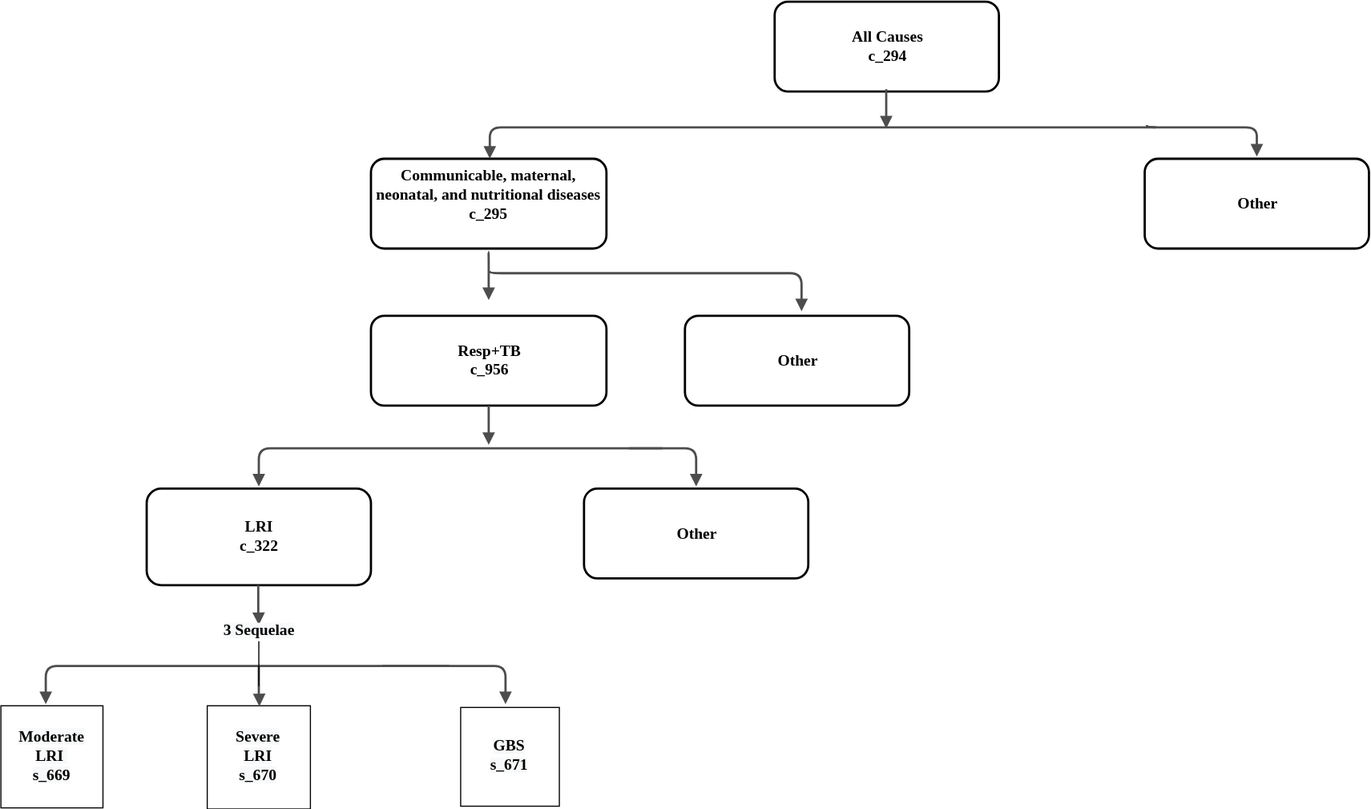
The draw.io diagram docs/source/models/gbd2017/causes/lri_hierarchy.svg in ihmeuw/vivarium_research, before a commit. Source tidied: cells renumbered, new cells last; positions are measured from the earlier drawing's top-left corner, leaving out a move shared by most shapes.
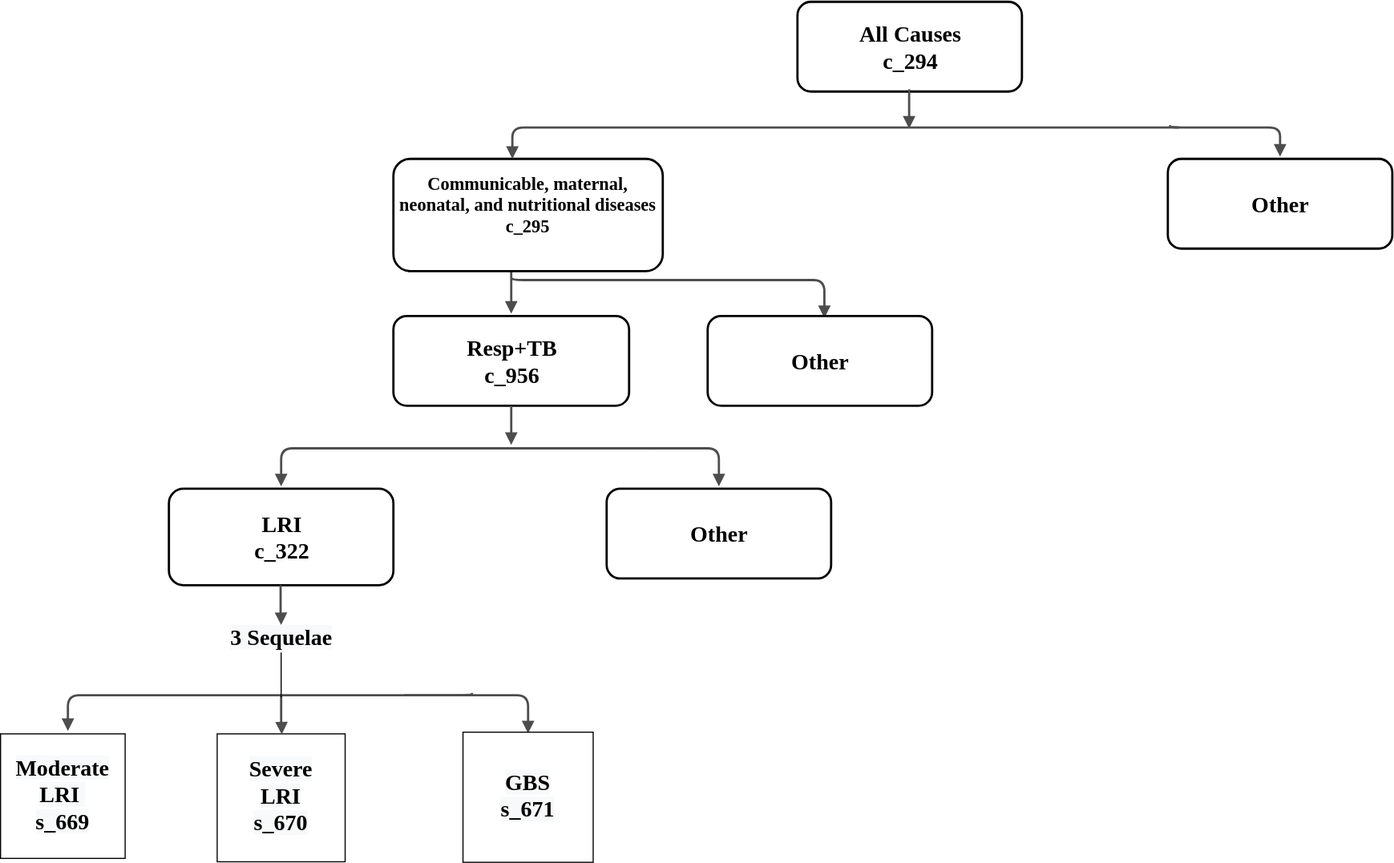
After the change.

Commit message:
hierarchy diasgram updated

Change to the diagram source:
```diff
@@ -4,26 +4,26 @@
     <mxCell id="1" parent="0" />
     <mxCell id="2" style="edgeStyle=elbowEdgeStyle;rounded=1;html=1;labelBackgroundColor=none;endArrow=block;endFill=1;strokeColor=#4D4D4D;strokeWidth=2;fontFamily=Verdana;fontSize=12;fontStyle=1;exitX=0.5;exitY=1;exitDx=0;exitDy=0;" parent="1" edge="1">
       <mxGeometry relative="1" as="geometry">
-        <mxPoint x="434.4" y="223.1" as="sourcePoint" />
-        <mxPoint x="435" y="266" as="targetPoint" />
+        <mxPoint x="434.4" y="235.1" as="sourcePoint" />
+        <mxPoint x="435" y="278" as="targetPoint" />
         <Array as="points">
-          <mxPoint x="435" y="249" />
+          <mxPoint x="435" y="261" />
         </Array>
       </mxGeometry>
     </mxCell>
-    <mxCell id="3" value="&lt;font style=&quot;font-size: 14px&quot;&gt;Communicable, maternal, neonatal, and nutritional diseases&lt;br&gt;c_295&lt;/font&gt;" style="whiteSpace=wrap;html=1;rounded=1;shadow=0;comic=0;strokeWidth=2;fontFamily=Verdana;align=center;fontSize=12;fontStyle=1;" parent="1" vertex="1">
-      <mxGeometry x="330" y="140" width="210" height="80" as="geometry" />
+    <mxCell id="3" value="&lt;font style=&quot;font-size: 16px&quot;&gt;Communicable, maternal, neonatal, and nutritional diseases&lt;br&gt;c_295&lt;/font&gt;" style="whiteSpace=wrap;html=1;rounded=1;shadow=0;comic=0;strokeWidth=2;fontFamily=Verdana;align=center;fontSize=12;fontStyle=1;" parent="1" vertex="1">
+      <mxGeometry x="330" y="140" width="240" height="100" as="geometry" />
     </mxCell>
-    <mxCell id="4" value="&lt;font style=&quot;font-size: 14px&quot;&gt;Resp+TB&lt;br&gt;c_956&lt;/font&gt;" style="whiteSpace=wrap;html=1;rounded=1;shadow=0;comic=0;strokeWidth=2;fontFamily=Verdana;align=center;fontSize=12;fontStyle=1;" parent="1" vertex="1">
+    <mxCell id="4" value="&lt;font style=&quot;font-size: 20px&quot;&gt;Resp+TB&lt;br&gt;c_956&lt;/font&gt;" style="whiteSpace=wrap;html=1;rounded=1;shadow=0;comic=0;strokeWidth=2;fontFamily=Verdana;align=center;fontSize=12;fontStyle=1;" parent="1" vertex="1">
       <mxGeometry x="330" y="280" width="210" height="80" as="geometry" />
     </mxCell>
-    <mxCell id="5" value="&lt;font style=&quot;font-size: 14px&quot;&gt;All Causes&lt;br&gt;c_294&lt;/font&gt;" style="whiteSpace=wrap;html=1;rounded=1;shadow=0;comic=0;strokeWidth=2;fontFamily=Verdana;align=center;fontSize=12;fontStyle=1;" parent="1" vertex="1">
+    <mxCell id="5" value="&lt;font style=&quot;font-size: 20px&quot;&gt;All Causes&lt;br&gt;c_294&lt;/font&gt;" style="whiteSpace=wrap;html=1;rounded=1;shadow=0;comic=0;strokeWidth=2;fontFamily=Verdana;align=center;fontSize=12;fontStyle=1;" parent="1" vertex="1">
       <mxGeometry x="690" width="200" height="80" as="geometry" />
     </mxCell>
-    <mxCell id="6" value="&lt;font style=&quot;font-size: 14px&quot;&gt;Other&lt;/font&gt;" style="whiteSpace=wrap;html=1;rounded=1;shadow=0;comic=0;strokeWidth=2;fontFamily=Verdana;align=center;fontSize=12;fontStyle=1;" parent="1" vertex="1">
+    <mxCell id="6" value="&lt;font style=&quot;font-size: 20px&quot;&gt;Other&lt;/font&gt;" style="whiteSpace=wrap;html=1;rounded=1;shadow=0;comic=0;strokeWidth=2;fontFamily=Verdana;align=center;fontSize=12;fontStyle=1;" parent="1" vertex="1">
       <mxGeometry x="1020" y="140" width="200" height="80" as="geometry" />
     </mxCell>
-    <mxCell id="7" value="&lt;font style=&quot;font-size: 14px&quot;&gt;LRI&lt;br&gt;c_322&lt;/font&gt;" style="whiteSpace=wrap;html=1;rounded=1;shadow=0;comic=0;strokeWidth=2;fontFamily=Verdana;align=center;fontSize=12;fontStyle=1;" parent="1" vertex="1">
+    <mxCell id="7" value="&lt;font style=&quot;font-size: 20px&quot;&gt;LRI&lt;br&gt;c_322&lt;/font&gt;" style="whiteSpace=wrap;html=1;rounded=1;shadow=0;comic=0;strokeWidth=2;fontFamily=Verdana;align=center;fontSize=12;fontStyle=1;" parent="1" vertex="1">
       <mxGeometry x="130" y="434" width="200" height="86" as="geometry" />
     </mxCell>
     <mxCell id="8" style="edgeStyle=orthogonalEdgeStyle;rounded=1;html=1;labelBackgroundColor=none;endArrow=block;endFill=1;strokeColor=#4D4D4D;strokeWidth=2;fontFamily=Verdana;fontSize=12;fontStyle=1;" parent="1" edge="1">
@@ -85,32 +85,32 @@
     </mxCell>
     <mxCell id="14" style="edgeStyle=orthogonalEdgeStyle;rounded=1;html=1;labelBackgroundColor=none;endArrow=block;endFill=1;strokeColor=#4D4D4D;strokeWidth=2;fontFamily=Verdana;fontSize=12;fontStyle=1;" parent="1" edge="1">
       <mxGeometry relative="1" as="geometry">
-        <mxPoint x="399.7" y="591.7" as="sourcePoint" />
-        <mxPoint x="40.5" y="625.5" as="targetPoint" />
+        <mxPoint x="399.7" y="616.7" as="sourcePoint" />
+        <mxPoint x="40.5" y="650.5" as="targetPoint" />
         <Array as="points">
-          <mxPoint x="399.5" y="592.5" />
-          <mxPoint x="40.5" y="592.5" />
-          <mxPoint x="40.5" y="625.5" />
+          <mxPoint x="399.5" y="617.5" />
+          <mxPoint x="40.5" y="617.5" />
+          <mxPoint x="40.5" y="650.5" />
         </Array>
       </mxGeometry>
     </mxCell>
     <mxCell id="15" style="edgeStyle=orthogonalEdgeStyle;rounded=1;html=1;labelBackgroundColor=none;endArrow=block;endFill=1;strokeColor=#4D4D4D;strokeWidth=2;fontFamily=Verdana;fontSize=12;fontStyle=1;entryX=0.5;entryY=0;entryDx=0;entryDy=0;" parent="1" edge="1">
       <mxGeometry relative="1" as="geometry">
-        <mxPoint x="339.5" y="592" as="sourcePoint" />
-        <mxPoint x="449.8" y="626.3" as="targetPoint" />
+        <mxPoint x="339.5" y="617" as="sourcePoint" />
+        <mxPoint x="449.8" y="651.3" as="targetPoint" />
         <Array as="points">
-          <mxPoint x="449.5" y="592" />
+          <mxPoint x="449.5" y="617" />
         </Array>
       </mxGeometry>
     </mxCell>
-    <mxCell id="16" value="&lt;b&gt;&lt;font face=&quot;Verdana&quot; style=&quot;font-size: 14px ; background-color: rgb(248 , 249 , 250)&quot;&gt;Moderate&lt;br&gt;LRI&amp;nbsp;&lt;br&gt;s_669&lt;/font&gt;&lt;/b&gt;" style="whiteSpace=wrap;html=1;" parent="1" vertex="1">
-      <mxGeometry y="627.5" width="91" height="91" as="geometry" />
+    <mxCell id="16" value="&lt;b style=&quot;font-size: 20px&quot;&gt;&lt;font face=&quot;Verdana&quot; style=&quot;font-size: 20px ; background-color: rgb(248 , 249 , 250)&quot;&gt;Moderate&lt;br&gt;LRI&amp;nbsp;&lt;br&gt;s_669&lt;/font&gt;&lt;/b&gt;" style="whiteSpace=wrap;html=1;" parent="1" vertex="1">
+      <mxGeometry x="-20" y="652.5" width="111" height="111" as="geometry" />
     </mxCell>
-    <mxCell id="17" value="&lt;b&gt;&lt;font face=&quot;Verdana&quot; style=&quot;font-size: 14px ; background-color: rgb(248 , 249 , 250)&quot;&gt;Severe&lt;br&gt;LRI&lt;br&gt;s_670&lt;/font&gt;&lt;/b&gt;" style="whiteSpace=wrap;html=1;" parent="1" vertex="1">
-      <mxGeometry x="184" y="627.5" width="92" height="92" as="geometry" />
+    <mxCell id="17" value="&lt;b style=&quot;font-size: 20px&quot;&gt;&lt;font face=&quot;Verdana&quot; style=&quot;font-size: 20px ; background-color: rgb(248 , 249 , 250)&quot;&gt;Severe&lt;br&gt;LRI&lt;br&gt;s_670&lt;/font&gt;&lt;/b&gt;" style="whiteSpace=wrap;html=1;" parent="1" vertex="1">
+      <mxGeometry x="173" y="652.5" width="114" height="114" as="geometry" />
     </mxCell>
-    <mxCell id="18" value="&lt;b&gt;&lt;font face=&quot;Verdana&quot; style=&quot;background-color: rgb(248 , 249 , 250)&quot;&gt;&lt;font style=&quot;font-size: 14px&quot;&gt;GBS&lt;br&gt;s_671&lt;/font&gt;&lt;br&gt;&lt;/font&gt;&lt;/b&gt;" style="whiteSpace=wrap;html=1;" parent="1" vertex="1">
-      <mxGeometry x="410" y="629" width="88" height="88" as="geometry" />
+    <mxCell id="18" value="&lt;b style=&quot;font-size: 20px&quot;&gt;&lt;font face=&quot;Verdana&quot; style=&quot;font-size: 20px ; background-color: rgb(248 , 249 , 250)&quot;&gt;&lt;font style=&quot;font-size: 20px&quot;&gt;GBS&lt;br&gt;s_671&lt;/font&gt;&lt;br&gt;&lt;/font&gt;&lt;/b&gt;" style="whiteSpace=wrap;html=1;" parent="1" vertex="1">
+      <mxGeometry x="392" y="651" width="116" height="116" as="geometry" />
     </mxCell>
     <mxCell id="19" style="edgeStyle=elbowEdgeStyle;rounded=1;html=1;labelBackgroundColor=none;endArrow=block;endFill=1;strokeColor=#4D4D4D;strokeWidth=2;fontFamily=Verdana;fontSize=12;fontStyle=1;" parent="1" edge="1">
       <mxGeometry relative="1" as="geometry">
@@ -123,35 +123,35 @@
     </mxCell>
     <mxCell id="20" style="edgeStyle=elbowEdgeStyle;rounded=1;html=1;labelBackgroundColor=none;endArrow=block;endFill=1;strokeColor=#4D4D4D;strokeWidth=2;fontFamily=Verdana;fontSize=12;fontStyle=1;" parent="1" edge="1">
       <mxGeometry relative="1" as="geometry">
-        <mxPoint x="230" y="592.5" as="sourcePoint" />
-        <mxPoint x="230.5" y="628" as="targetPoint" />
+        <mxPoint x="230" y="617.5" as="sourcePoint" />
+        <mxPoint x="230.5" y="653" as="targetPoint" />
         <Array as="points">
-          <mxPoint x="230" y="610.5" />
+          <mxPoint x="230" y="635.5" />
         </Array>
       </mxGeometry>
     </mxCell>
-    <mxCell id="21" value="&lt;span style=&quot;text-align: center ; color: rgb(0 , 0 , 0) ; text-transform: none ; text-indent: 0px ; letter-spacing: normal ; font-family: &amp;#34;verdana&amp;#34; ; font-style: normal ; font-variant: normal ; font-weight: 700 ; text-decoration: none ; word-spacing: 0px ; display: inline ; white-space: normal ; float: none ; background-color: rgb(248 , 249 , 250)&quot;&gt;&lt;font style=&quot;font-size: 14px&quot;&gt;3 Sequelae&lt;/font&gt;&lt;/span&gt;" style="text;html=1;strokeColor=none;fillColor=none;align=center;verticalAlign=middle;whiteSpace=wrap;rounded=0;" parent="1" vertex="1">
-      <mxGeometry x="180" y="550" width="100" height="20" as="geometry" />
+    <mxCell id="21" value="&lt;span style=&quot;text-align: center ; color: rgb(0 , 0 , 0) ; text-transform: none ; text-indent: 0px ; letter-spacing: normal ; font-family: &amp;#34;verdana&amp;#34; ; font-size: 20px ; font-style: normal ; font-variant: normal ; font-weight: 700 ; text-decoration: none ; word-spacing: 0px ; display: inline ; white-space: normal ; float: none ; background-color: rgb(248 , 249 , 250)&quot;&gt;&lt;font style=&quot;font-size: 20px&quot;&gt;3 Sequelae&lt;/font&gt;&lt;/span&gt;" style="text;html=1;strokeColor=none;fillColor=none;align=center;verticalAlign=middle;whiteSpace=wrap;rounded=0;" parent="1" vertex="1">
+      <mxGeometry x="155" y="556" width="150" height="20" as="geometry" />
     </mxCell>
     <mxCell id="22" style="endArrow=none;html=1;" parent="1" edge="1">
       <mxGeometry relative="1" as="geometry">
-        <mxPoint x="230" y="610" as="sourcePoint" />
-        <mxPoint x="230" y="570" as="targetPoint" />
+        <mxPoint x="230" y="620" as="sourcePoint" />
+        <mxPoint x="230" y="580" as="targetPoint" />
       </mxGeometry>
     </mxCell>
     <mxCell id="23" style="edgeStyle=orthogonalEdgeStyle;rounded=1;html=1;labelBackgroundColor=none;endArrow=block;endFill=1;strokeColor=#4D4D4D;strokeWidth=2;fontFamily=Verdana;fontSize=12;fontStyle=1;entryX=0.5;entryY=0;entryDx=0;entryDy=0;" parent="1" edge="1">
       <mxGeometry relative="1" as="geometry">
-        <mxPoint x="435.5" y="240.5" as="sourcePoint" />
-        <mxPoint x="714.6" y="275.8" as="targetPoint" />
+        <mxPoint x="435.5" y="246.5" as="sourcePoint" />
+        <mxPoint x="714.6" y="281.8" as="targetPoint" />
         <Array as="points">
-          <mxPoint x="714.5" y="241.5" />
+          <mxPoint x="714.5" y="247.5" />
         </Array>
       </mxGeometry>
     </mxCell>
-    <mxCell id="24" value="&lt;font style=&quot;font-size: 14px&quot;&gt;Other&lt;/font&gt;" style="whiteSpace=wrap;html=1;rounded=1;shadow=0;comic=0;strokeWidth=2;fontFamily=Verdana;align=center;fontSize=12;fontStyle=1;" parent="1" vertex="1">
+    <mxCell id="24" value="&lt;font style=&quot;font-size: 20px&quot;&gt;Other&lt;/font&gt;" style="whiteSpace=wrap;html=1;rounded=1;shadow=0;comic=0;strokeWidth=2;fontFamily=Verdana;align=center;fontSize=12;fontStyle=1;" parent="1" vertex="1">
       <mxGeometry x="610" y="280" width="200" height="80" as="geometry" />
     </mxCell>
-    <mxCell id="25" value="&lt;font style=&quot;font-size: 14px&quot;&gt;Other&lt;/font&gt;" style="whiteSpace=wrap;html=1;rounded=1;shadow=0;comic=0;strokeWidth=2;fontFamily=Verdana;align=center;fontSize=12;fontStyle=1;" parent="1" vertex="1">
+    <mxCell id="25" value="&lt;font style=&quot;font-size: 20px&quot;&gt;Other&lt;/font&gt;" style="whiteSpace=wrap;html=1;rounded=1;shadow=0;comic=0;strokeWidth=2;fontFamily=Verdana;align=center;fontSize=12;fontStyle=1;" parent="1" vertex="1">
       <mxGeometry x="520" y="434" width="200" height="80" as="geometry" />
     </mxCell>
   </root>
```
